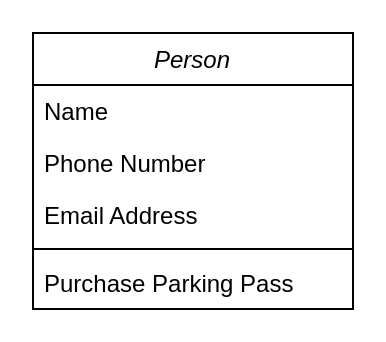
Before: Untitled Diagram.drawio in VuthyPanha/Public-test, a draw.io diagram. Source tidied: cells renumbered, new cells numbered last; positions are measured from the earlier drawing's top-left corner, leaving out a move shared by most shapes. Both pictures are drawn from the tidied source at 200%, with x=0, y=0 at pixel (32, 32).
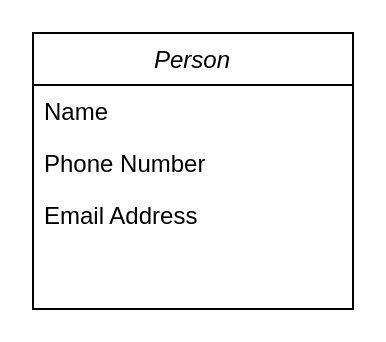
The same diagram, later.

Commit message:
System payment system and its controller.drawio

Change to the diagram source:
```diff
@@
 <mxGraphModel>
   <root>
     <mxCell id="0" />
     <mxCell id="1" parent="0" />
     <mxCell id="2" value="Person" style="swimlane;fontStyle=2;align=center;verticalAlign=top;horizontal=1;startSize=26;rounded=0;shadow=0;strokeWidth=1;" parent="1" vertex="1">
       <mxGeometry width="160" height="138" as="geometry" />
     </mxCell>
     <mxCell id="3" value="Name" style="text;align=left;verticalAlign=top;spacingLeft=4;spacingRight=4;overflow=hidden;" parent="2" vertex="1">
       <mxGeometry y="26" width="160" height="26" as="geometry" />
     </mxCell>
     <mxCell id="4" value="Phone Number" style="text;align=left;verticalAlign=top;spacingLeft=4;spacingRight=4;overflow=hidden;rounded=0;shadow=0;html=0;" parent="2" vertex="1">
       <mxGeometry y="52" width="160" height="26" as="geometry" />
     </mxCell>
     <mxCell id="5" value="Email Address" style="text;align=left;verticalAlign=top;spacingLeft=4;spacingRight=4;overflow=hidden;rounded=0;shadow=0;html=0;" parent="2" vertex="1">
       <mxGeometry y="78" width="160" height="26" as="geometry" />
     </mxCell>
-    <mxCell id="6" style="line;html=1;strokeWidth=1;align=left;verticalAlign=middle;spacingTop=-1;spacingLeft=3;spacingRight=3;labelPosition=right;" parent="2" vertex="1">
-      <mxGeometry y="104" width="160" height="8" as="geometry" />
-    </mxCell>
-    <mxCell id="7" value="Purchase Parking Pass" style="text;align=left;verticalAlign=top;spacingLeft=4;spacingRight=4;overflow=hidden;" parent="2" vertex="1">
-      <mxGeometry y="112" width="160" height="26" as="geometry" />
-    </mxCell>
   </root>
 </mxGraphModel>
```
